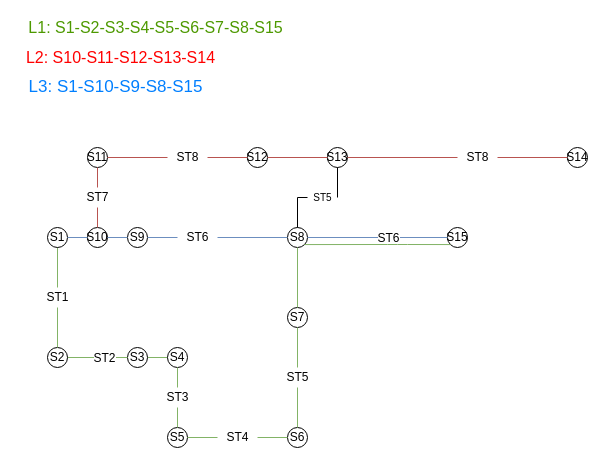
Above: src/data/map.drawio in tomaskender/ija-public_transport (draw.io), before the change. Source tidied: cells renumbered, new cells numbered last; positions are measured from the earlier drawing's top-left corner, leaving out a move shared by most shapes. Both pictures are drawn from the tidied source at 100%, with x=0, y=0 at pixel (20, 17).
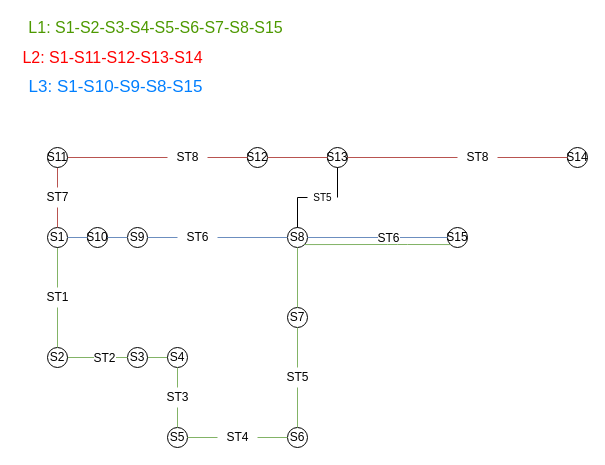
The same page after the edit.

The change refers to these unchanged cells:
```xml
<mxCell id="14" value="S1" style="ellipse;whiteSpace=wrap;html=1;" parent="1" vertex="1">
  <mxGeometry x="27" y="210" width="20" height="20" as="geometry" />
</mxCell>
<mxCell id="21" value="S10" style="ellipse;whiteSpace=wrap;html=1;" parent="1" vertex="1">
  <mxGeometry x="67" y="210" width="20" height="20" as="geometry" />
</mxCell>
```

What changed in the source:
```diff
@@
-    <mxCell id="26" value="S11" style="ellipse;whiteSpace=wrap;html=1;" parent="1" vertex="1">
-      <mxGeometry x="67" y="130" width="20" height="20" as="geometry" />
-    </mxCell>
@@
-    <mxCell id="36" style="endArrow=none;html=1;exitX=0.5;exitY=0;exitDx=0;exitDy=0;fillColor=#f8cecc;strokeColor=#b85450;" parent="1" edge="1" source="48">
-      <mxGeometry relative="1" as="geometry">
-        <mxPoint x="77" y="150" as="targetPoint" />
-      </mxGeometry>
+    <mxCell id="36" style="endArrow=none;html=1;exitX=0.5;exitY=0;exitDx=0;exitDy=0;fillColor=#f8cecc;strokeColor=#b85450;entryX=0.5;entryY=1;entryDx=0;entryDy=0;" parent="1" edge="1" source="48" target="26">
+      <mxGeometry relative="1" as="geometry" />
     </mxCell>
@@
     <mxCell id="48" value="ST7" style="text;html=1;align=center;verticalAlign=middle;points=[];" parent="1" vertex="1">
-      <mxGeometry x="57" y="170" width="40" height="20" as="geometry" />
+      <mxGeometry x="17" y="170" width="40" height="20" as="geometry" />
     </mxCell>
-    <mxCell id="49" style="endArrow=none;html=1;exitX=0.5;exitY=0;exitDx=0;exitDy=0;fillColor=#f8cecc;strokeColor=#b85450;" parent="1" edge="1" source="21" target="48">
+    <mxCell id="49" style="endArrow=none;html=1;exitX=0.5;exitY=0;exitDx=0;exitDy=0;fillColor=#f8cecc;strokeColor=#b85450;" parent="1" edge="1" source="14" target="48">
       <mxGeometry relative="1" as="geometry" />
     </mxCell>
@@
-    <mxCell id="59" value="&lt;font color=&quot;#ff0000&quot; style=&quot;font-size: 16px&quot;&gt;L2: S10-S11-S12-S13-S14&lt;/font&gt;" style="text;html=1;align=center;verticalAlign=middle;fontSize=13;" parent="1" vertex="1">
-      <mxGeometry y="30" width="200" height="20" as="geometry" />
+    <mxCell id="59" value="&lt;font color=&quot;#ff0000&quot; style=&quot;font-size: 16px&quot;&gt;L2: S1-S11-S12-S13-S14&lt;/font&gt;" style="text;html=1;align=center;verticalAlign=middle;fontSize=13;" parent="1" vertex="1">
+      <mxGeometry x="-3" y="30" width="190" height="20" as="geometry" />
     </mxCell>
@@
+    <mxCell id="26" value="S11" style="ellipse;whiteSpace=wrap;html=1;" parent="1" vertex="1">
+      <mxGeometry x="27" y="130" width="20" height="20" as="geometry" />
+    </mxCell>
```
